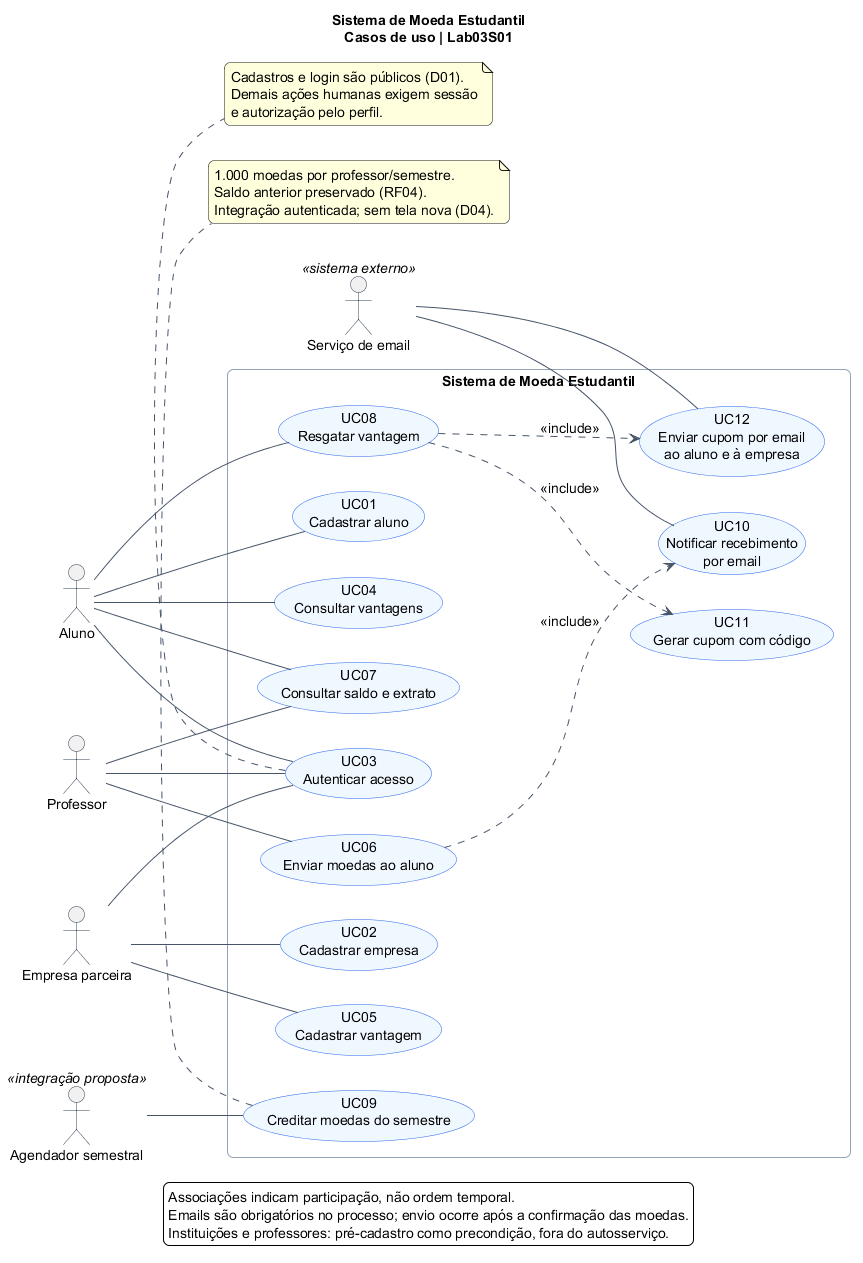
GuilhermeHortaDias/Puc_DevSoft_Lab3 keeps this PlantUML diagram as docs/modelagem/diagramas/casos-de-uso.png. Above is the earlier version.
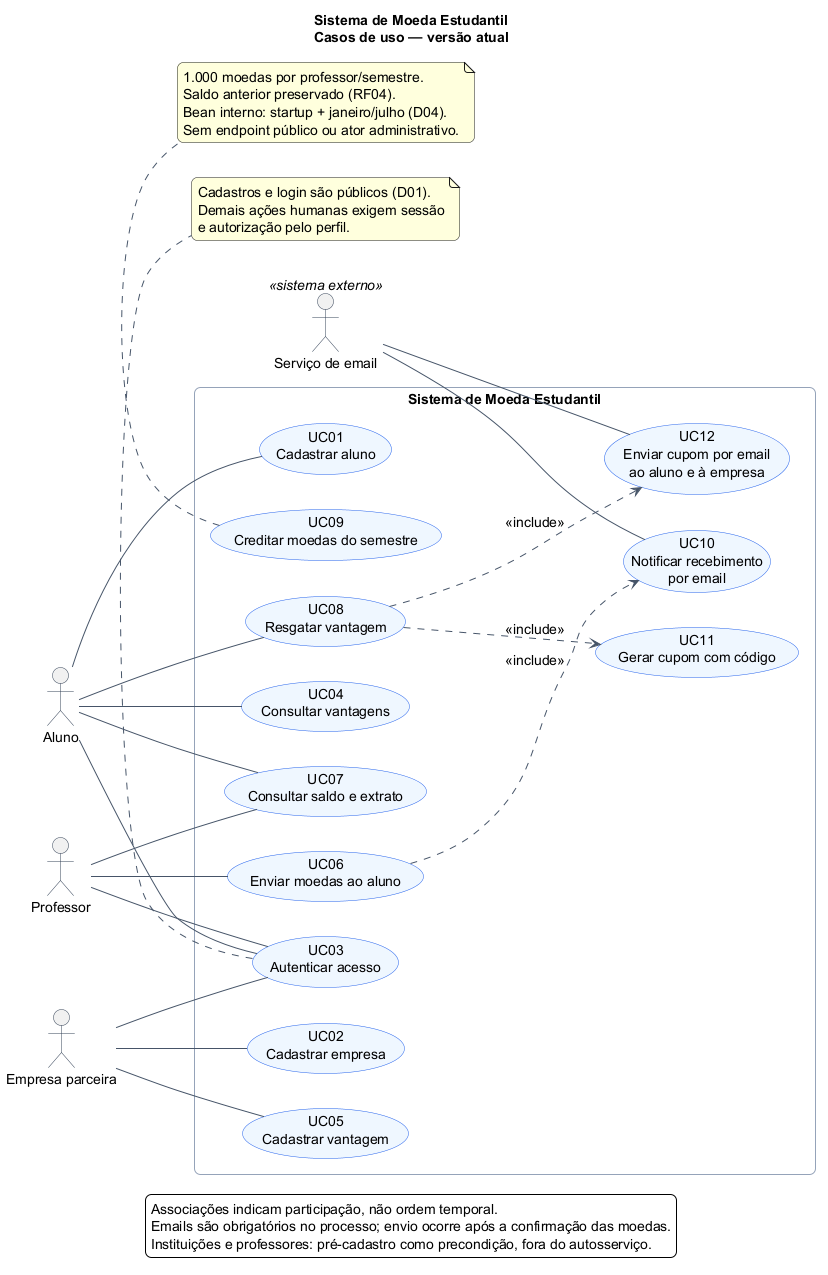
Above is the later version.

Change to the diagram source:
```diff
@@ -11,12 +11,11 @@
 skinparam actorBorderColor #334155
 skinparam rectangleBorderColor #94A3B8
 skinparam packageStyle rectangle
-title Sistema de Moeda Estudantil\nCasos de uso | Lab03S01
+title Sistema de Moeda Estudantil\nCasos de uso — versão atual
 
 actor Aluno as A
 actor Professor as P
 actor "Empresa parceira" as E
-actor "Agendador semestral" as T <<integração proposta>>
 actor "Serviço de email" as MAIL <<sistema externo>>
 
 rectangle "Sistema de Moeda Estudantil" {
@@ -45,7 +44,6 @@
 E -- UC02
 E -- UC03
 E -- UC05
-T -- UC09
 UC06 ..> UC10 : <<include>>
 UC08 ..> UC11 : <<include>>
 UC08 ..> UC12 : <<include>>
@@ -60,7 +58,8 @@
 note bottom of UC09
   1.000 moedas por professor/semestre.
   Saldo anterior preservado (RF04).
-  Integração autenticada; sem tela nova (D04).
+  Bean interno: startup + janeiro/julho (D04).
+  Sem endpoint público ou ator administrativo.
 end note
 legend bottom
   Associações indicam participação, não ordem temporal.
```
